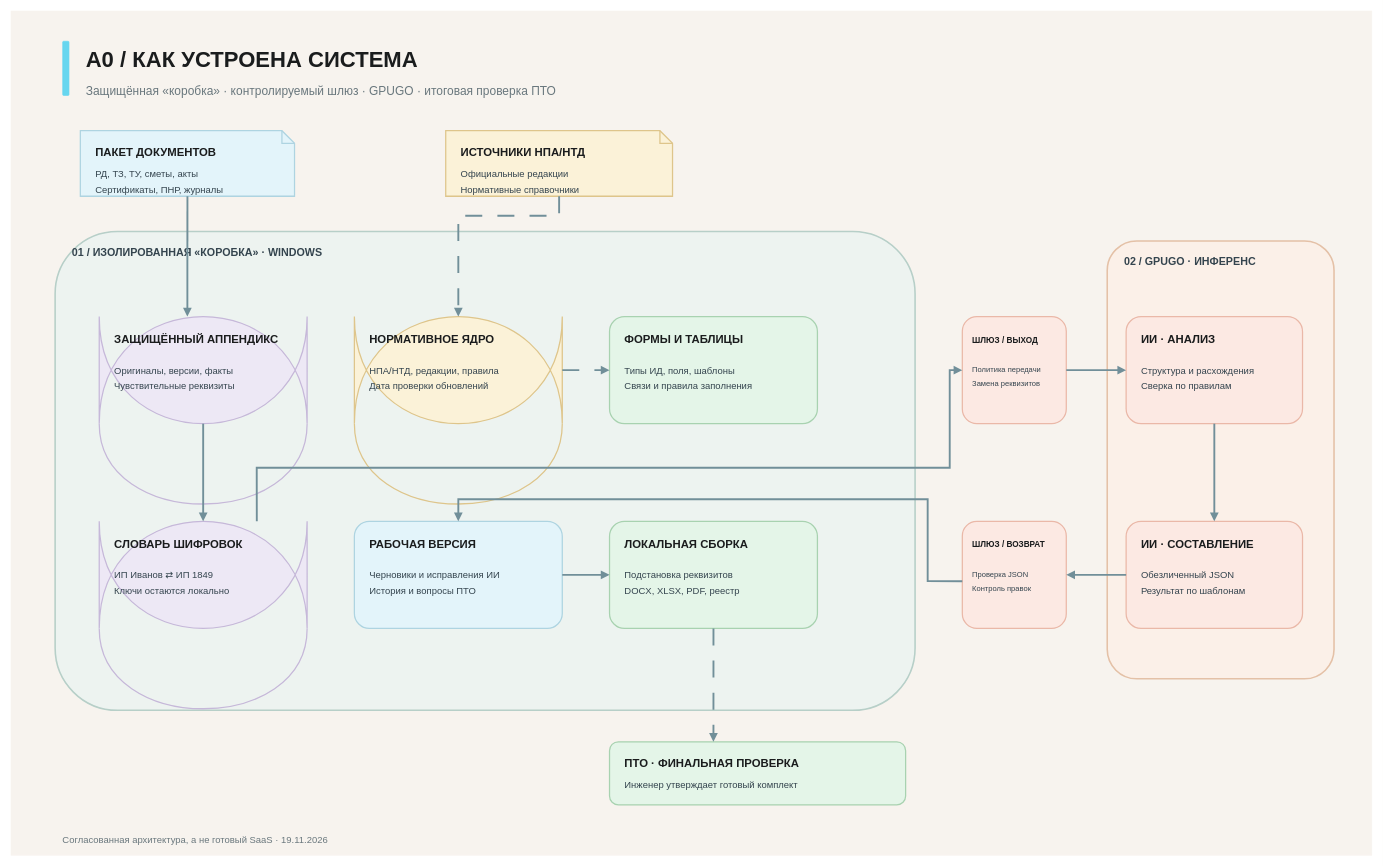
This is page "A0 / КАК УСТРОЕНА СИСТЕМА" (1 of 4) of diagrams/atlas/architecture.drawio from jetsedpack/construction-docs-saas, a draw.io file, before an edit. Source tidied: cells renumbered, new cells numbered last; positions are measured from the earlier drawing's top-left corner, leaving out a move shared by most shapes. Both pictures are drawn from the tidied source at 63%, with x=0, y=0 at pixel (11, 11).
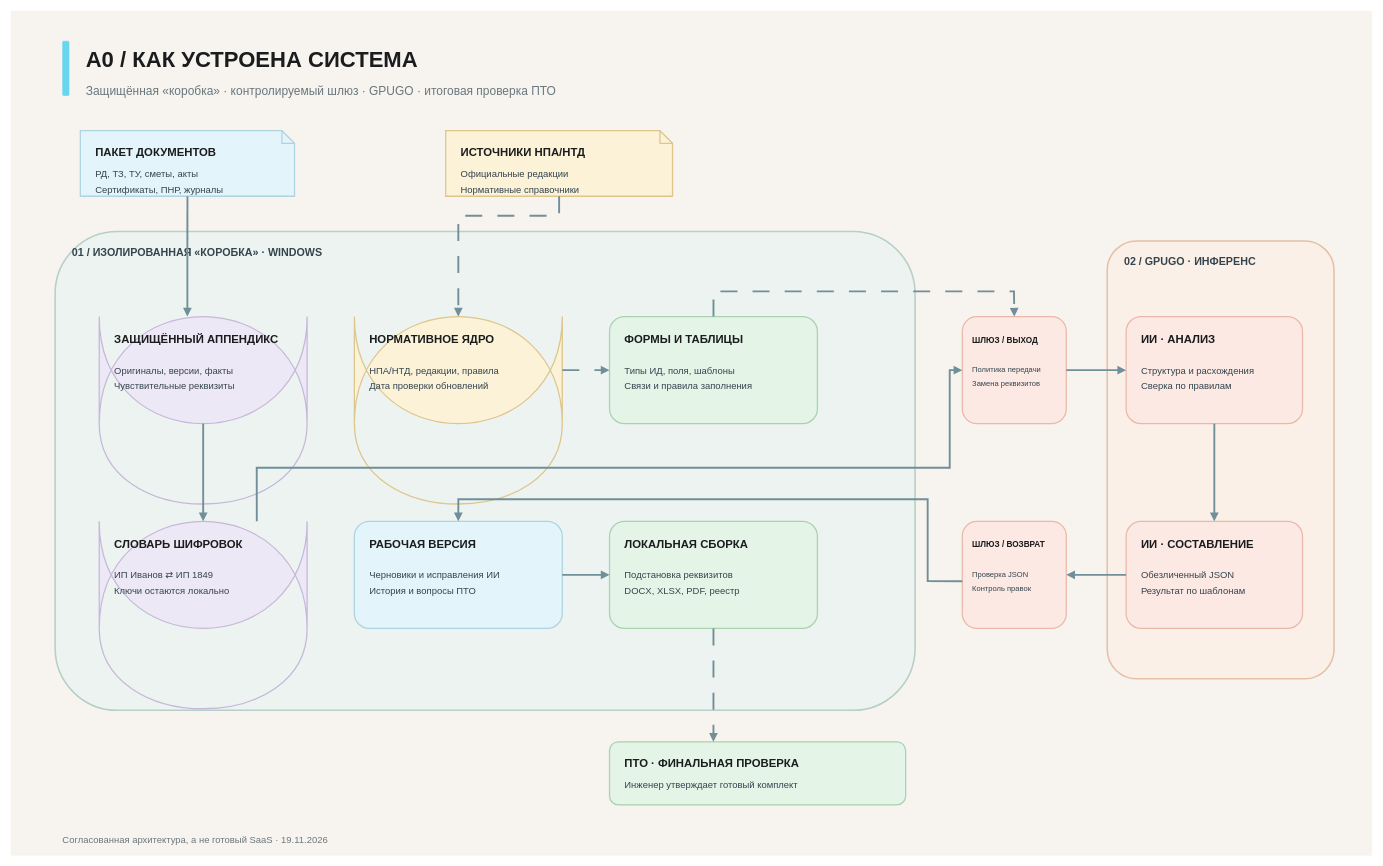
The same diagram, later.

Commit message:
drawio A0: add uncluttered context lane from forms to outbound policy

The change refers to these unchanged cells:
```xml
<mxCell id="24" style="rounded=1;arcSize=14;html=0;whiteSpace=wrap;fillColor=#E4F5E8;strokeColor=#A8D2B0;strokeWidth=2.0;" parent="1" vertex="1">
  <mxGeometry x="950" y="485" width="330" height="170" as="geometry" />
</mxCell>
<mxCell id="40" style="rounded=1;arcSize=14;html=0;whiteSpace=wrap;fillColor=#FCE9E3;strokeColor=#EAB8A8;strokeWidth=2.0;" parent="1" vertex="1">
  <mxGeometry x="1510" y="485" width="165" height="170" as="geometry" />
</mxCell>
```

What changed in the source:
```diff
@@
+    <mxCell id="71" style="edgeStyle=none;rounded=0;jettySize=0;html=0;strokeColor=#718F99;strokeWidth=3;endArrow=block;endFill=1;dashed=1;dashPattern=9 8;exitX=0.5;exitY=0;entryX=0.5;entryY=0;" parent="1" edge="1" source="24" target="40">
+      <mxGeometry relative="1" as="geometry">
+        <Array as="points">
+          <mxPoint x="1115" y="445" />
+          <mxPoint x="1592" y="445" />
+        </Array>
+      </mxGeometry>
+    </mxCell>
```
